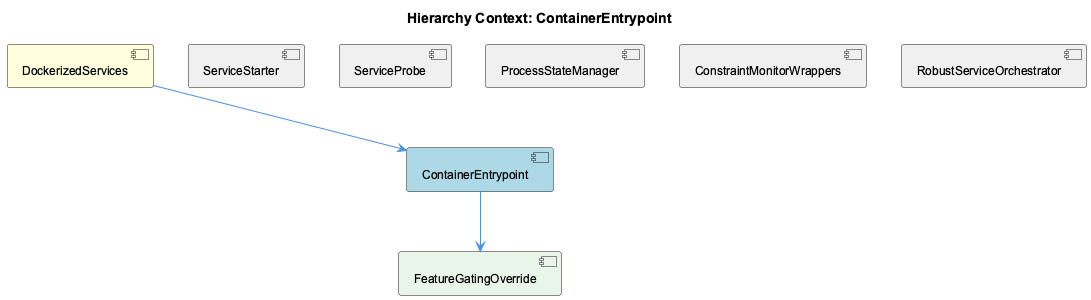
Above: knowledge-management/insights/images/container-entrypoint-relationship.png in fwornle/coding (PlantUML), before the change.
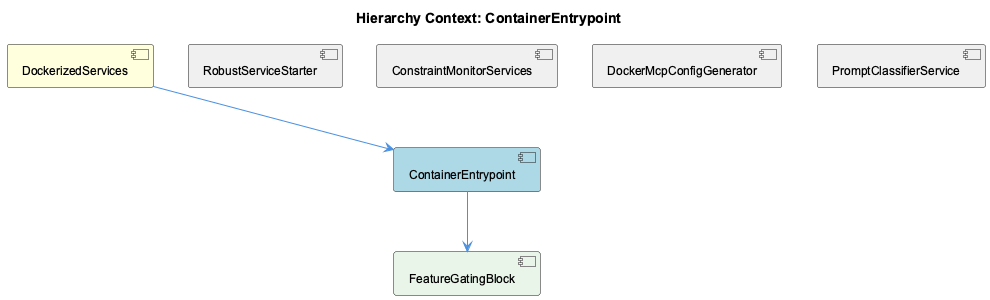
The same diagram one commit later.

Change to the diagram source:
```diff
@@ -5,19 +5,17 @@
 
 [DockerizedServices] as dockerized_services #FFFFDD
 [ContainerEntrypoint] as container_entrypoint #LightBlue
-[ServiceStarter] as service_starter #F0F0F0
-[ServiceProbe] as service_probe #F0F0F0
-[ProcessStateManager] as process_state_manager #F0F0F0
-[ConstraintMonitorWrappers] as constraint_monitor_wrappers #F0F0F0
-[RobustServiceOrchestrator] as robust_service_orchestrator #F0F0F0
-[FeatureGatingOverride] as feature_gating_override #E8F5E8
+[RobustServiceStarter] as robust_service_starter #F0F0F0
+[ConstraintMonitorServices] as constraint_monitor_services #F0F0F0
+[DockerMcpConfigGenerator] as docker_mcp_config_generator #F0F0F0
+[PromptClassifierService] as prompt_classifier_service #F0F0F0
+[FeatureGatingBlock] as feature_gating_block #E8F5E8
 
 dockerized_services --> container_entrypoint
-service_starter -[hidden]- container_entrypoint
-service_probe -[hidden]- container_entrypoint
-process_state_manager -[hidden]- container_entrypoint
-constraint_monitor_wrappers -[hidden]- container_entrypoint
-robust_service_orchestrator -[hidden]- container_entrypoint
-container_entrypoint --> feature_gating_override
+robust_service_starter -[hidden]- container_entrypoint
+constraint_monitor_services -[hidden]- container_entrypoint
+docker_mcp_config_generator -[hidden]- container_entrypoint
+prompt_classifier_service -[hidden]- container_entrypoint
+container_entrypoint --> feature_gating_block
 
 @enduml
```
